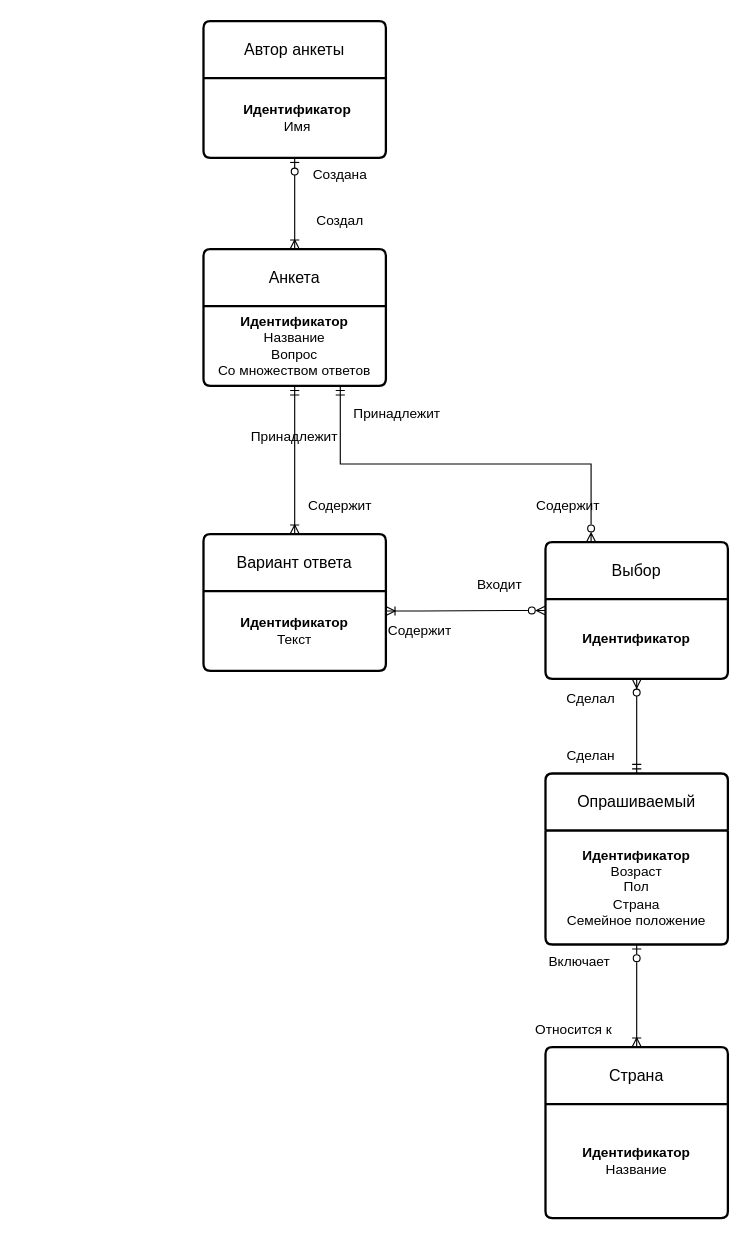
PavelPutin/QuestionnaireSystem keeps this draw.io diagram as src/main/resources/static/diagrams/ER-диаграмма.drawio. Above is the earlier version. Source tidied: cells renumbered, new cells numbered last; positions are measured from the earlier drawing's top-left corner, leaving out a move shared by most shapes. Both pictures are drawn from the tidied source at 114%, with x=0, y=0 at pixel (203, 21).
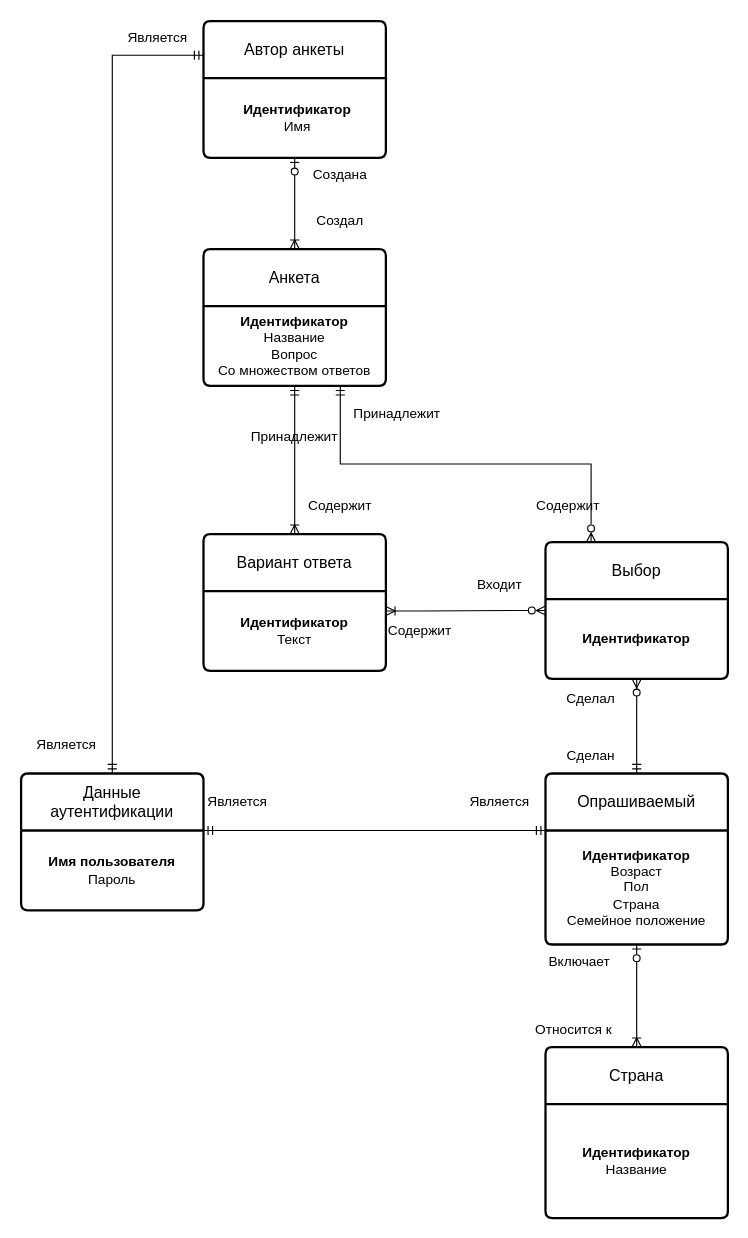
Above is the later version.

The change refers to these unchanged cells:
```xml
<mxCell id="2" value="Автор анкеты" style="swimlane;horizontal=1;startSize=50;rounded=1;fontSize=14;fontStyle=0;strokeWidth=2;shadow=0;dashed=0;align=center;arcSize=4;whiteSpace=wrap;html=1;" parent="1" vertex="1">
  <mxGeometry width="160" height="120" as="geometry" />
</mxCell>
<mxCell id="10" value="&lt;span style=&quot;border-color: var(--border-color); text-align: left;&quot;&gt;&lt;b&gt;Идентификатор&lt;/b&gt;&lt;br&gt;Возраст&lt;br&gt;Пол&lt;br&gt;Страна&lt;br&gt;Семейное положение&lt;br&gt;&lt;/span&gt;" style="text;html=1;strokeColor=none;fillColor=none;align=center;verticalAlign=middle;whiteSpace=wrap;rounded=0;" parent="9" vertex="1">
  <mxGeometry y="50" width="160" height="100" as="geometry" />
</mxCell>
```

The edit, as a diff of the source:
```diff
@@
+    <mxCell id="32" value="Данные аутентификации" style="swimlane;horizontal=1;startSize=50;rounded=1;fontSize=14;fontStyle=0;strokeWidth=2;shadow=0;dashed=0;align=center;arcSize=4;whiteSpace=wrap;html=1;" parent="1" vertex="1">
+      <mxGeometry x="-160" y="660" width="160" height="120" as="geometry" />
+    </mxCell>
+    <mxCell id="33" value="&lt;b&gt;Имя пользователя&lt;/b&gt;&lt;br&gt;Пароль" style="text;html=1;strokeColor=none;fillColor=none;align=center;verticalAlign=middle;whiteSpace=wrap;rounded=0;" parent="32" vertex="1">
+      <mxGeometry y="50" width="160" height="70" as="geometry" />
+    </mxCell>
+    <mxCell id="34" style="edgeStyle=entityRelationEdgeStyle;fontSize=12;html=1;endArrow=ERmandOne;startArrow=ERmandOne;rounded=0;exitX=1;exitY=0;exitDx=0;exitDy=0;entryX=0;entryY=0;entryDx=0;entryDy=0;" parent="1" edge="1" source="33" target="10">
+      <mxGeometry relative="1" as="geometry" />
+    </mxCell>
+    <mxCell id="35" style="edgeStyle=orthogonalEdgeStyle;fontSize=12;html=1;endArrow=ERmandOne;startArrow=ERmandOne;rounded=0;exitX=0.5;exitY=0;exitDx=0;exitDy=0;entryX=0;entryY=0.25;entryDx=0;entryDy=0;" parent="1" edge="1" source="32" target="2">
+      <mxGeometry relative="1" as="geometry" />
+    </mxCell>
+    <mxCell id="36" value="Является" style="text;html=1;strokeColor=none;fillColor=none;align=center;verticalAlign=middle;whiteSpace=wrap;rounded=0;" parent="1" vertex="1">
+      <mxGeometry y="670" width="60" height="30" as="geometry" />
+    </mxCell>
+    <mxCell id="37" value="Является" style="text;html=1;strokeColor=none;fillColor=none;align=center;verticalAlign=middle;whiteSpace=wrap;rounded=0;" parent="1" vertex="1">
+      <mxGeometry x="230" y="670" width="60" height="30" as="geometry" />
+    </mxCell>
+    <mxCell id="38" value="Является" style="text;html=1;strokeColor=none;fillColor=none;align=center;verticalAlign=middle;whiteSpace=wrap;rounded=0;" parent="1" vertex="1">
+      <mxGeometry x="-150" y="620" width="60" height="30" as="geometry" />
+    </mxCell>
+    <mxCell id="39" value="Является" style="text;html=1;strokeColor=none;fillColor=none;align=center;verticalAlign=middle;whiteSpace=wrap;rounded=0;" parent="1" vertex="1">
+      <mxGeometry x="-70" width="60" height="30" as="geometry" />
+    </mxCell>
```
